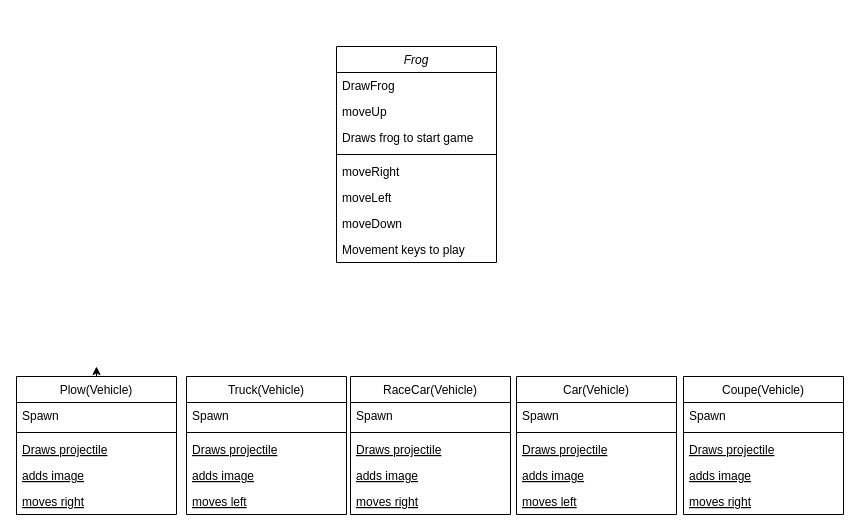
Earlier version of the draw.io diagram Untitled Diagram.drawio (bryantja123/advance_programming_final_project). Source tidied: cells renumbered, new cells numbered last; positions are measured from the earlier drawing's top-left corner, leaving out a move shared by most shapes. Both pictures are drawn from the tidied source at 100%, with x=0, y=0 at pixel (16, 46).
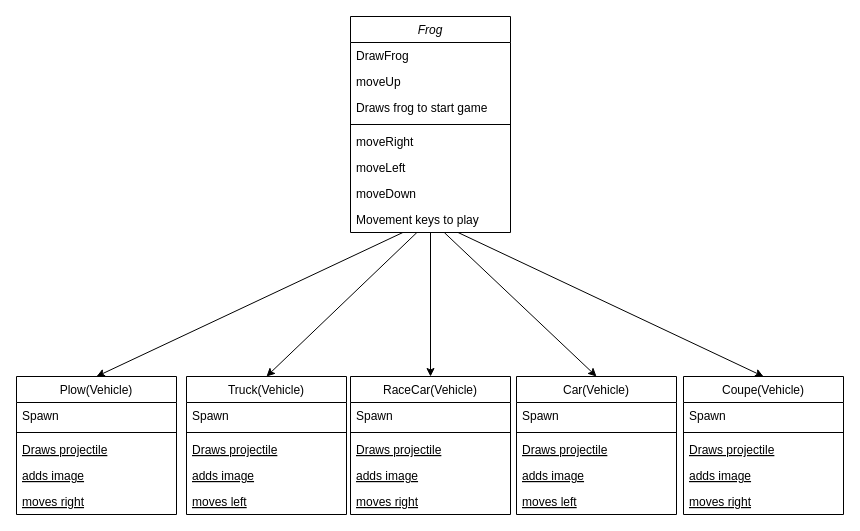
The same page after the edit.

Commit message:
Update Frogger Class Diagram

Unchanged cells that the change refers to:
```xml
<mxCell id="10" value="Movement keys to play&#10;" style="text;align=left;verticalAlign=top;spacingLeft=4;spacingRight=4;overflow=hidden;points=[[0,0.5],[1,0.5]];portConstraint=eastwest;" parent="2" vertex="1">
  <mxGeometry y="190" width="160" height="26" as="geometry" />
</mxCell>
<mxCell id="12" value="Plow(Vehicle)&#10;" style="swimlane;fontStyle=0;align=center;verticalAlign=top;horizontal=1;startSize=26;rounded=0;shadow=0;strokeWidth=1;" parent="1" vertex="1">
  <mxGeometry y="330" width="160" height="138" as="geometry" />
</mxCell>
<mxCell id="18" value="Truck(Vehicle)" style="swimlane;fontStyle=0;align=center;verticalAlign=top;horizontal=1;startSize=26;rounded=0;shadow=0;strokeWidth=1;" parent="1" vertex="1">
  <mxGeometry x="170" y="330" width="160" height="138" as="geometry" />
</mxCell>
<mxCell id="24" value="RaceCar(Vehicle)" style="swimlane;fontStyle=0;align=center;verticalAlign=top;horizontal=1;startSize=26;rounded=0;shadow=0;strokeWidth=1;" parent="1" vertex="1">
  <mxGeometry x="334" y="330" width="160" height="138" as="geometry" />
</mxCell>
<mxCell id="30" value="Car(Vehicle)" style="swimlane;fontStyle=0;align=center;verticalAlign=top;horizontal=1;startSize=26;rounded=0;shadow=0;strokeWidth=1;" parent="1" vertex="1">
  <mxGeometry x="500" y="330" width="160" height="138" as="geometry" />
</mxCell>
<mxCell id="36" value="Coupe(Vehicle)" style="swimlane;fontStyle=0;align=center;verticalAlign=top;horizontal=1;startSize=26;rounded=0;shadow=0;strokeWidth=1;" parent="1" vertex="1">
  <mxGeometry x="667" y="330" width="160" height="138" as="geometry" />
</mxCell>
```

The edit, as a diff of the source:
```diff
@@
+    <mxCell id="42" style="edgeStyle=none;rounded=0;jettySize=auto;html=1;entryX=0.5;entryY=0;entryDx=0;entryDy=0;startSize=26;" parent="1" edge="1" source="2" target="24">
+      <mxGeometry relative="1" as="geometry" />
+    </mxCell>
     <mxCell id="2" value="Frog" style="swimlane;fontStyle=2;align=center;verticalAlign=top;horizontal=1;startSize=26;rounded=0;shadow=0;strokeWidth=1;" parent="1" vertex="1">
-      <mxGeometry x="320" width="160" height="216" as="geometry" />
+      <mxGeometry x="334" y="-30" width="160" height="216" as="geometry" />
     </mxCell>
@@
-    <mxCell id="11" style="edgeStyle=orthogonalEdgeStyle;rounded=0;jettySize=auto;html=1;exitX=0.5;exitY=0;exitDx=0;exitDy=0;startSize=26;" parent="1" edge="1" source="12">
-      <mxGeometry relative="1" as="geometry">
-        <mxPoint x="80" y="320" as="targetPoint" />
-      </mxGeometry>
-    </mxCell>
@@
+    <mxCell id="43" style="edgeStyle=none;rounded=0;orthogonalLoop=1;jettySize=auto;html=1;entryX=0.5;entryY=1;entryDx=0;entryDy=0;startSize=26;" parent="1" edge="1" source="2" target="2">
+      <mxGeometry relative="1" as="geometry" />
+    </mxCell>
+    <mxCell id="44" style="edgeStyle=none;rounded=0;jettySize=auto;html=1;entryX=0.5;entryY=0;entryDx=0;entryDy=0;startSize=26;" parent="1" edge="1" source="10" target="30">
+      <mxGeometry relative="1" as="geometry" />
+    </mxCell>
+    <mxCell id="45" style="edgeStyle=none;rounded=0;jettySize=auto;html=1;entryX=0.5;entryY=0;entryDx=0;entryDy=0;startSize=26;" parent="1" edge="1" source="10" target="36">
+      <mxGeometry relative="1" as="geometry" />
+    </mxCell>
+    <mxCell id="46" style="edgeStyle=none;rounded=0;jettySize=auto;html=1;entryX=0.5;entryY=0;entryDx=0;entryDy=0;startSize=26;" parent="1" edge="1" source="10" target="18">
+      <mxGeometry relative="1" as="geometry" />
+    </mxCell>
+    <mxCell id="47" style="edgeStyle=none;rounded=0;jettySize=auto;html=1;entryX=0.5;entryY=0;entryDx=0;entryDy=0;startSize=26;" parent="1" edge="1" source="10" target="12">
+      <mxGeometry relative="1" as="geometry" />
+    </mxCell>
```
